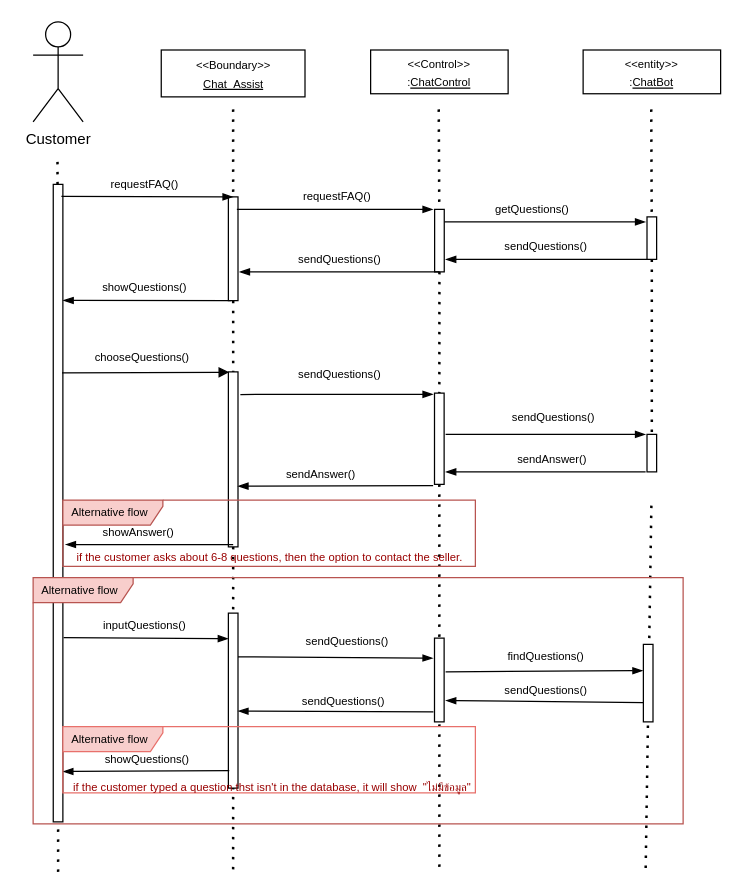
Above: page "Page-1" (1 of 2) of Request Durian info and FAQ.drawio in munkeawtoast/isad-diagrams (draw.io), before the change. Source tidied: cells renumbered, new cells numbered last; positions are measured from the earlier drawing's top-left corner, leaving out a move shared by most shapes. Both pictures are drawn from the tidied source at 125%, with x=0, y=0 at pixel (32, 21).
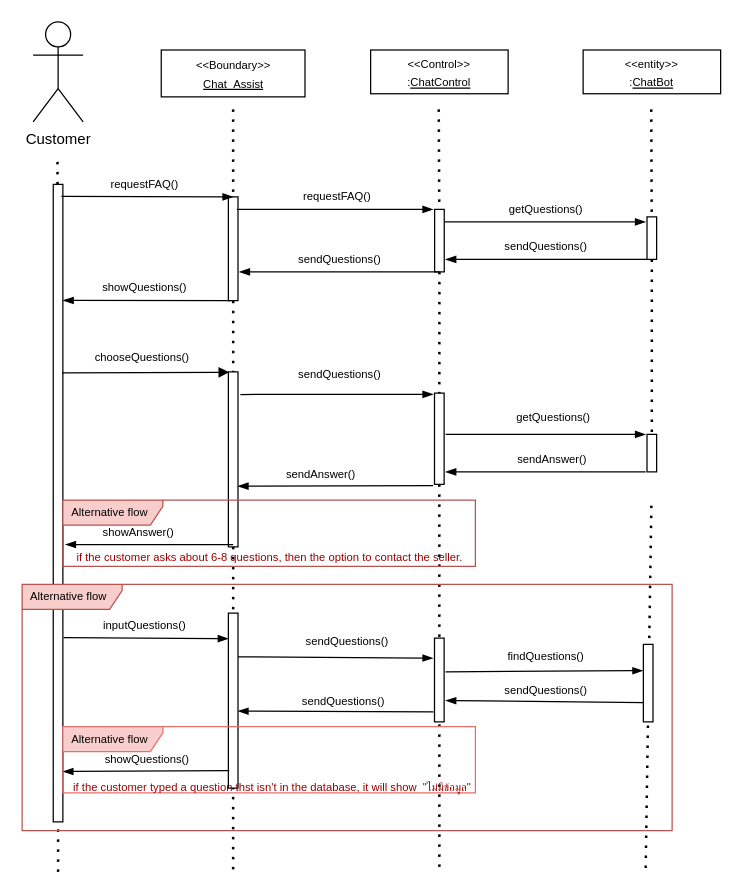
After the change.

What changed in the source:
```diff
@@
     <mxCell id="16" value="getQuestions()" style="text;html=1;align=center;verticalAlign=middle;strokeColor=none;fillColor=none;fontSize=9;" parent="1" vertex="1">
-      <mxGeometry x="358.8" y="140" width="80" height="20" as="geometry" />
+      <mxGeometry x="370" y="140" width="80" height="20" as="geometry" />
     </mxCell>
@@
-    <mxCell id="31" value="sendQuestions()" style="text;html=1;align=center;verticalAlign=middle;strokeColor=none;fillColor=none;fontSize=9;" parent="1" vertex="1">
-      <mxGeometry x="371" y="307" width="90" height="20" as="geometry" />
+    <mxCell id="31" value="getQuestions()" style="text;html=1;align=center;verticalAlign=middle;strokeColor=none;fillColor=none;fontSize=9;" parent="1" vertex="1">
+      <mxGeometry x="376" y="307" width="80" height="20" as="geometry" />
     </mxCell>
@@
     <mxCell id="67" value="&lt;font style=&quot;font-size: 9px;&quot;&gt;Alternative flow&lt;/font&gt;" style="shape=umlFrame;whiteSpace=wrap;html=1;width=80;height=20;boundedLbl=1;verticalAlign=middle;align=left;spacingLeft=5;strokeWidth=1;fontSize=9;fillColor=#f8cecc;strokeColor=#b85450;" parent="1" vertex="1">
-      <mxGeometry y="444.5" width="520" height="197" as="geometry" />
+      <mxGeometry x="-8.8" y="450" width="520" height="197" as="geometry" />
     </mxCell>
```
